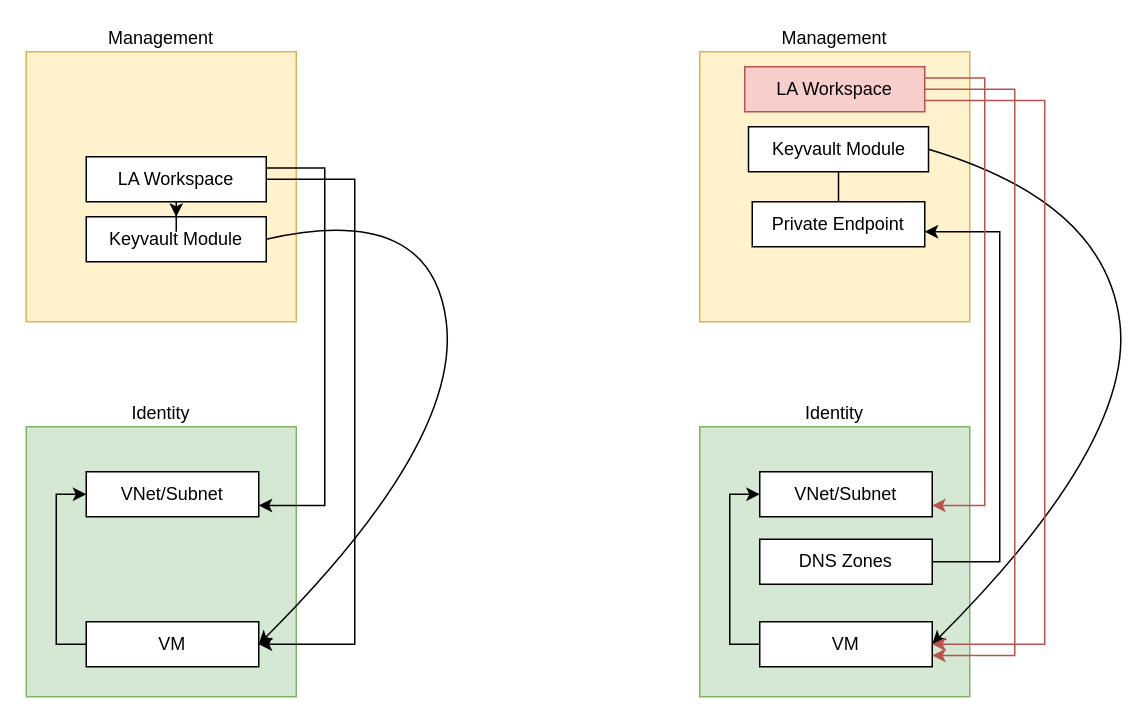
davidjhole/scratch keeps this draw.io diagram as KV Private Endpoint.drawio. Above is the earlier version. Source tidied: cells renumbered, new cells numbered last; positions are measured from the earlier drawing's top-left corner, leaving out a move shared by most shapes. Both pictures are drawn from the tidied source at 150%, with x=0, y=0 at pixel (26, 51).
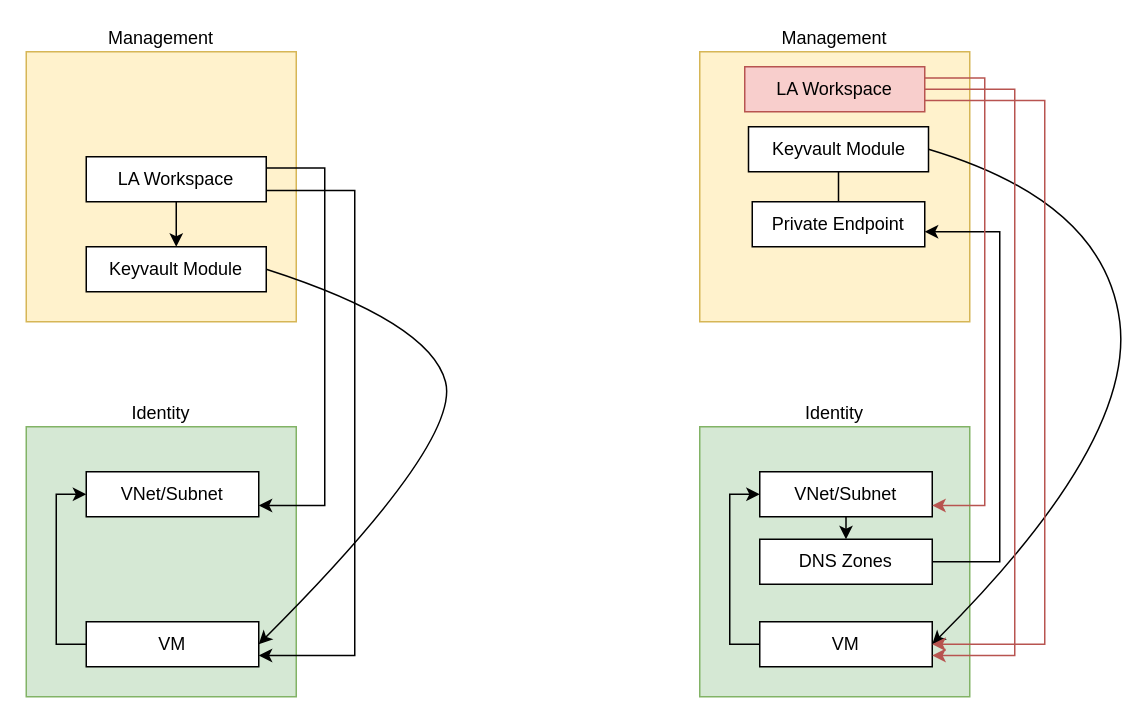
After the change.

Unchanged cells that the change refers to:
```xml
<mxCell id="7" value="VM" style="rounded=0;whiteSpace=wrap;html=1;" parent="1" vertex="1">
  <mxGeometry x="40" y="380" width="115" height="30" as="geometry" />
</mxCell>
<mxCell id="15" value="DNS Zones" style="rounded=0;whiteSpace=wrap;html=1;" parent="1" vertex="1">
  <mxGeometry x="489" y="325" width="115" height="30" as="geometry" />
</mxCell>
<mxCell id="16" value="VNet/Subnet" style="rounded=0;whiteSpace=wrap;html=1;" parent="1" vertex="1">
  <mxGeometry x="489" y="280" width="115" height="30" as="geometry" />
</mxCell>
<mxCell id="23" value="LA Workspace" style="rounded=0;whiteSpace=wrap;html=1;" parent="1" vertex="1">
  <mxGeometry x="40" y="70" width="120" height="30" as="geometry" />
</mxCell>
```

Diff of the diagram source:
```diff
@@
     <mxCell id="4" value="Keyvault Module" style="rounded=0;whiteSpace=wrap;html=1;" parent="1" vertex="1">
-      <mxGeometry x="40" y="110" width="120" height="30" as="geometry" />
+      <mxGeometry x="40" y="130" width="120" height="30" as="geometry" />
     </mxCell>
@@
     <mxCell id="8" style="curved=1;endArrow=classic;html=1;rounded=0;exitX=1;exitY=0.5;exitDx=0;exitDy=0;entryX=1;entryY=0.5;entryDx=0;entryDy=0;" parent="1" edge="1" source="4" target="7">
       <mxGeometry relative="1" as="geometry">
         <Array as="points">
-          <mxPoint x="270" y="100" />
+          <mxPoint x="269" y="180" />
           <mxPoint x="290" y="260" />
         </Array>
       </mxGeometry>
     </mxCell>
@@
+    <mxCell id="28" style="edgeStyle=orthogonalEdgeStyle;rounded=0;jettySize=auto;html=1;exitX=0.5;exitY=1;exitDx=0;exitDy=0;entryX=0.5;entryY=0;entryDx=0;entryDy=0;" parent="1" edge="1" source="16" target="15">
+      <mxGeometry relative="1" as="geometry" />
+    </mxCell>
@@
-    <mxCell id="22" style="edgeStyle=orthogonalEdgeStyle;rounded=0;jettySize=auto;html=1;entryX=1;entryY=0.5;entryDx=0;entryDy=0;exitX=1;exitY=0.5;exitDx=0;exitDy=0;" parent="1" edge="1" source="23" target="7">
+    <mxCell id="22" style="edgeStyle=orthogonalEdgeStyle;rounded=0;jettySize=auto;html=1;exitX=1;exitY=0.75;exitDx=0;exitDy=0;entryX=1;entryY=0.75;entryDx=0;entryDy=0;" parent="1" edge="1" source="23" target="7">
       <mxGeometry relative="1" as="geometry">
         <Array as="points">
-          <mxPoint x="219" y="85" />
-          <mxPoint x="219" y="395" />
+          <mxPoint x="219" y="93" />
+          <mxPoint x="219" y="403" />
         </Array>
       </mxGeometry>
     </mxCell>
```
